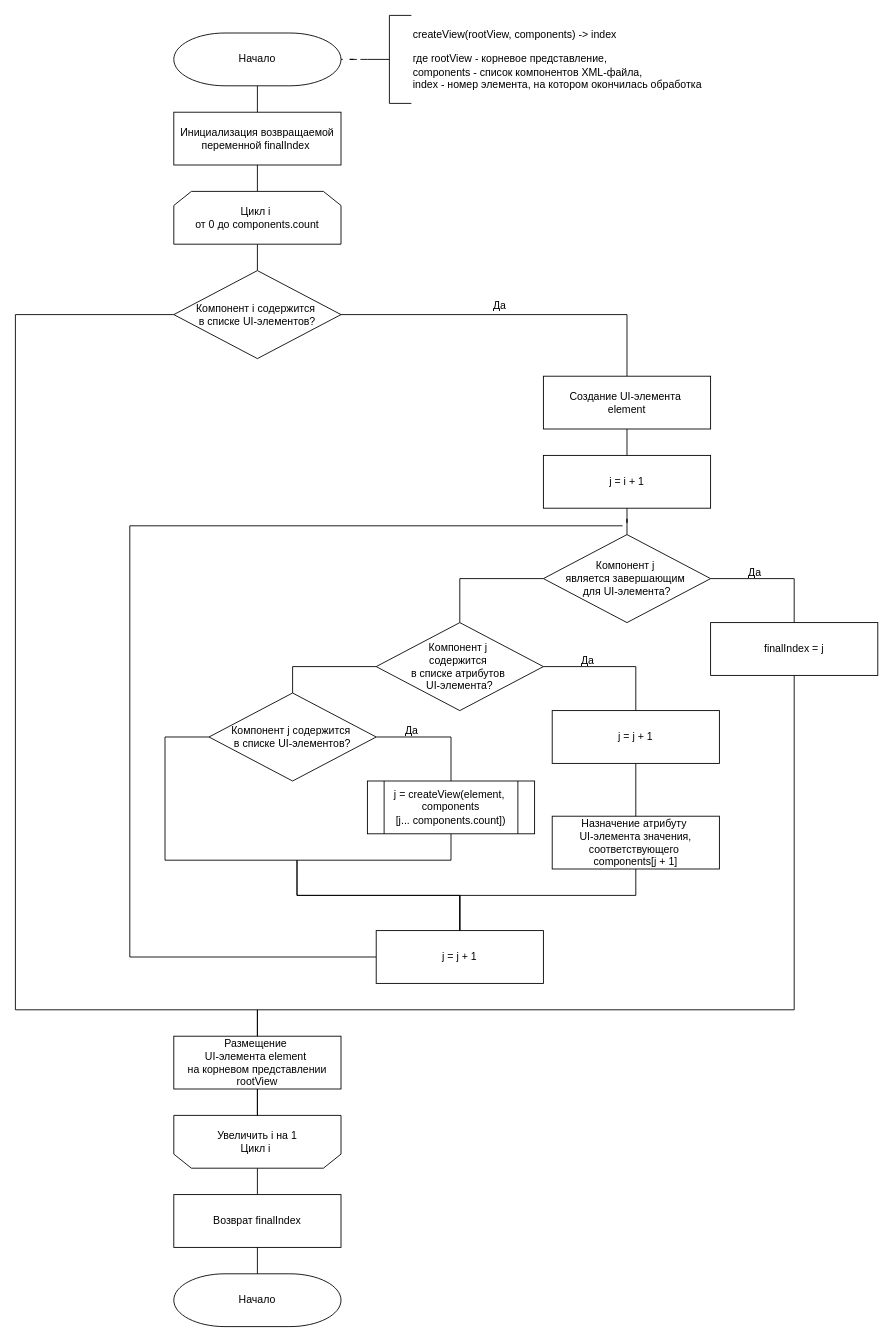
This is page "createView" (2 of 2) of rpz/diploma/shemas/shemas.drawio from poliorang/bachelors_diploma_bmstu, a draw.io file, before an edit. Source tidied: cells renumbered, new cells numbered last; positions are measured from the earlier drawing's top-left corner, leaving out a move shared by most shapes. Both pictures are drawn from the tidied source at 88%, with x=0, y=0 at pixel (15, 15).
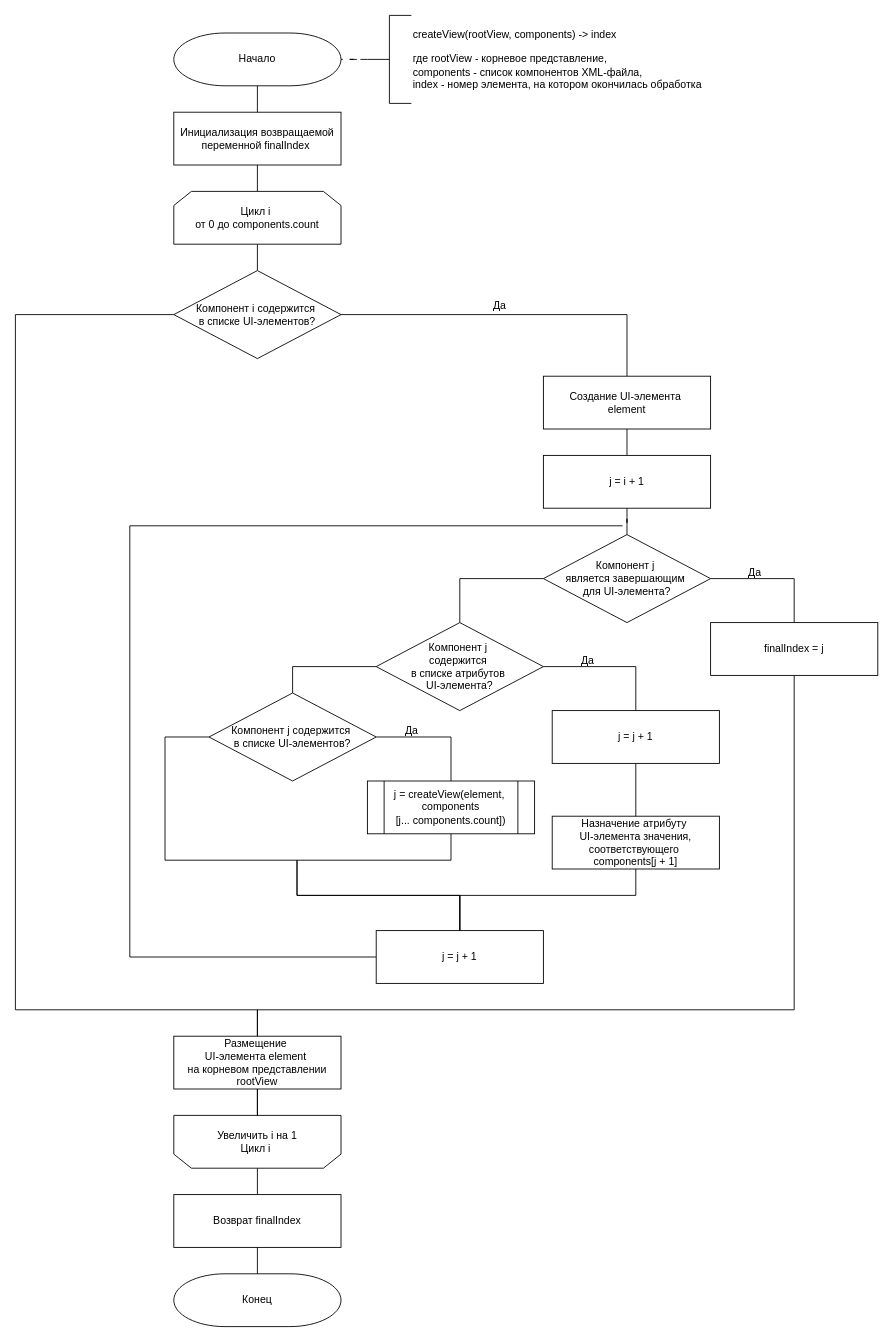
After the change.

The edit, as a diff of the source:
```diff
@@
-    <mxCell id="38" value="Начало" style="strokeWidth=1;html=1;shape=mxgraph.flowchart.terminator;whiteSpace=wrap;rounded=0;" parent="1" vertex="1">
+    <mxCell id="38" value="Конец" style="strokeWidth=1;html=1;shape=mxgraph.flowchart.terminator;whiteSpace=wrap;rounded=0;" parent="1" vertex="1">
       <mxGeometry x="180" y="1430" width="190" height="60" as="geometry" />
     </mxCell>
```
